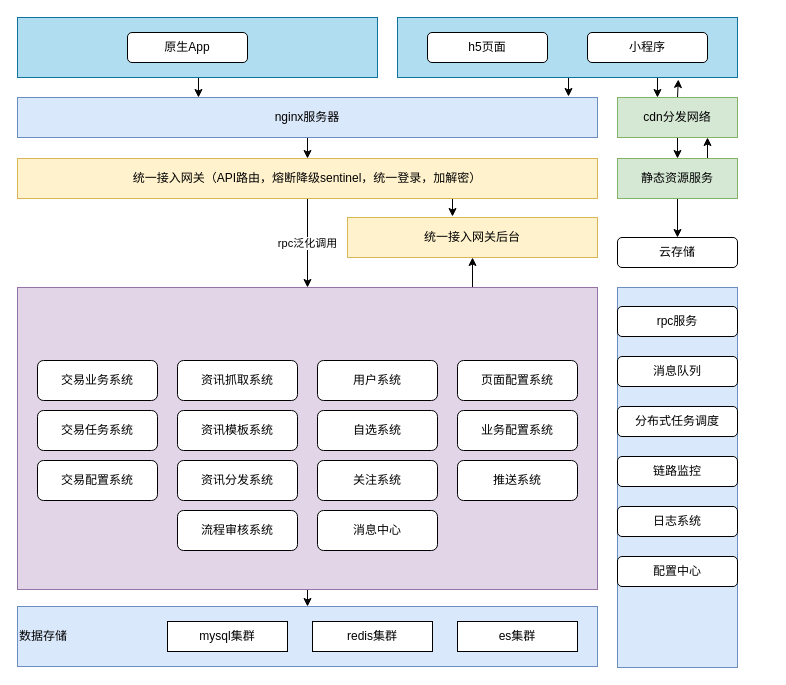
WindRain20140210/files-ArchitectureDiagram keeps this draw.io diagram as 证券系统整体架构图.drawio. Above is the earlier version. Source tidied: cells renumbered, new cells numbered last; positions are measured from the earlier drawing's top-left corner, leaving out a move shared by most shapes. Both pictures are drawn from the tidied source at 100%, with x=0, y=0 at pixel (17, 17).
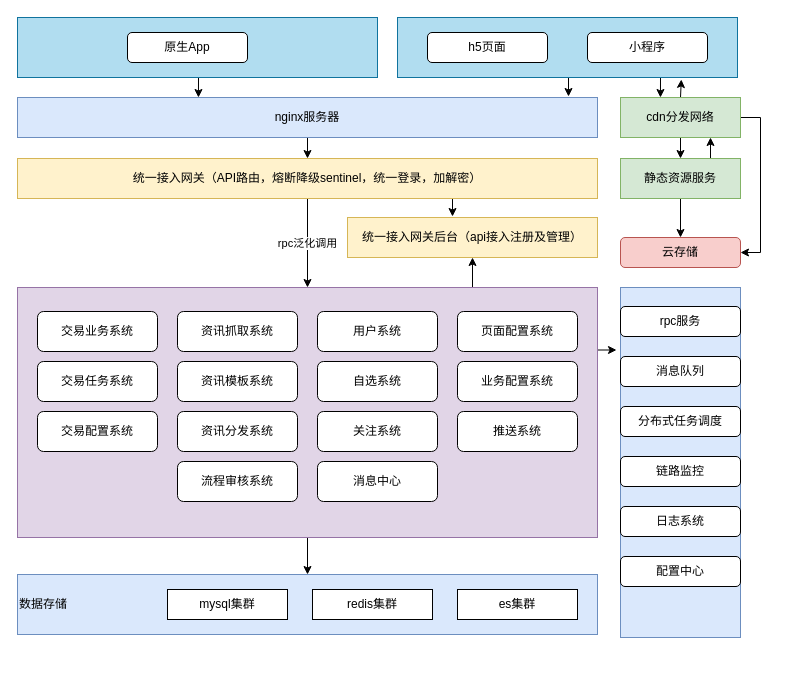
The same page after the edit.

Commit message (it also covers changes not shown here):
Update 证券系统整体架构图.drawio

The change refers to these unchanged cells:
```xml
<mxCell id="32" style="rounded=0;whiteSpace=wrap;html=1;fillColor=#b1ddf0;strokeColor=#10739e;" parent="1" vertex="1">
  <mxGeometry x="380" width="340" height="60" as="geometry" />
</mxCell>
```

Diff of the diagram source:
```diff
@@
+    <mxCell id="51" style="edgeStyle=orthogonalEdgeStyle;rounded=0;jettySize=auto;html=1;exitX=1;exitY=0.25;exitDx=0;exitDy=0;entryX=-0.033;entryY=0.18;entryDx=0;entryDy=0;entryPerimeter=0;" parent="1" edge="1" source="7" target="23">
+      <mxGeometry relative="1" as="geometry" />
+    </mxCell>
     <mxCell id="7" style="rounded=0;whiteSpace=wrap;html=1;fillColor=#e1d5e7;strokeColor=#9673a6;" parent="1" vertex="1">
-      <mxGeometry y="270" width="580" height="302" as="geometry" />
+      <mxGeometry y="270" width="580" height="250" as="geometry" />
     </mxCell>
     <mxCell id="8" value="数据存储" style="rounded=0;whiteSpace=wrap;html=1;align=left;fillColor=#dae8fc;strokeColor=#6c8ebf;" parent="1" vertex="1">
-      <mxGeometry y="589" width="580" height="60" as="geometry" />
+      <mxGeometry y="557" width="580" height="60" as="geometry" />
     </mxCell>
     <mxCell id="9" value="mysql集群" style="rounded=0;whiteSpace=wrap;html=1;" parent="1" vertex="1">
-      <mxGeometry x="150" y="604" width="120" height="30" as="geometry" />
+      <mxGeometry x="150" y="572" width="120" height="30" as="geometry" />
     </mxCell>
     <mxCell id="10" value="redis集群" style="rounded=0;whiteSpace=wrap;html=1;" parent="1" vertex="1">
-      <mxGeometry x="295" y="604" width="120" height="30" as="geometry" />
+      <mxGeometry x="295" y="572" width="120" height="30" as="geometry" />
     </mxCell>
     <mxCell id="11" value="es集群" style="rounded=0;whiteSpace=wrap;html=1;" parent="1" vertex="1">
-      <mxGeometry x="440" y="604" width="120" height="30" as="geometry" />
+      <mxGeometry x="440" y="572" width="120" height="30" as="geometry" />
     </mxCell>
@@
     <mxCell id="14" value="静态资源服务" style="rounded=0;whiteSpace=wrap;html=1;fillColor=#d5e8d4;strokeColor=#82b366;" parent="1" vertex="1">
-      <mxGeometry x="600" y="141" width="120" height="40" as="geometry" />
+      <mxGeometry x="603" y="141" width="120" height="40" as="geometry" />
     </mxCell>
@@
-    <mxCell id="16" style="edgeStyle=orthogonalEdgeStyle;rounded=0;jettySize=auto;html=1;exitX=0.5;exitY=0;exitDx=0;exitDy=0;entryX=0.826;entryY=1.033;entryDx=0;entryDy=0;entryPerimeter=0;" parent="1" edge="1" source="17" target="32">
-      <mxGeometry relative="1" as="geometry" />
+    <mxCell id="16" style="edgeStyle=orthogonalEdgeStyle;rounded=0;jettySize=auto;html=1;exitX=0.5;exitY=0;exitDx=0;exitDy=0;entryX=0.826;entryY=1.033;entryDx=0;entryDy=0;entryPerimeter=0;" parent="1" edge="1" source="17">
+      <mxGeometry relative="1" as="geometry">
+        <mxPoint x="663.8" y="62" as="targetPoint" />
+      </mxGeometry>
     </mxCell>
+    <mxCell id="52" style="edgeStyle=orthogonalEdgeStyle;rounded=0;jettySize=auto;html=1;exitX=1;exitY=0.5;exitDx=0;exitDy=0;entryX=1;entryY=0.5;entryDx=0;entryDy=0;" parent="1" edge="1" source="17" target="49">
+      <mxGeometry relative="1" as="geometry" />
+    </mxCell>
     <mxCell id="17" value="cdn分发网络" style="rounded=0;whiteSpace=wrap;html=1;fillColor=#d5e8d4;strokeColor=#82b366;" parent="1" vertex="1">
-      <mxGeometry x="600" y="80" width="120" height="40" as="geometry" />
+      <mxGeometry x="603" y="80" width="120" height="40" as="geometry" />
     </mxCell>
@@
     <mxCell id="23" style="rounded=0;whiteSpace=wrap;html=1;fillColor=#dae8fc;strokeColor=#6c8ebf;" parent="1" vertex="1">
-      <mxGeometry x="600" y="270" width="120" height="380" as="geometry" />
+      <mxGeometry x="603" y="270" width="120" height="350" as="geometry" />
     </mxCell>
     <mxCell id="24" value="rpc服务" style="rounded=1;whiteSpace=wrap;html=1;" parent="1" vertex="1">
-      <mxGeometry x="600" y="289" width="120" height="30" as="geometry" />
+      <mxGeometry x="603" y="289" width="120" height="30" as="geometry" />
     </mxCell>
     <mxCell id="25" value="消息队列" style="rounded=1;whiteSpace=wrap;html=1;" parent="1" vertex="1">
-      <mxGeometry x="600" y="339" width="120" height="30" as="geometry" />
+      <mxGeometry x="603" y="339" width="120" height="30" as="geometry" />
     </mxCell>
     <mxCell id="26" value="分布式任务调度" style="rounded=1;whiteSpace=wrap;html=1;" parent="1" vertex="1">
-      <mxGeometry x="600" y="389" width="120" height="30" as="geometry" />
+      <mxGeometry x="603" y="389" width="120" height="30" as="geometry" />
     </mxCell>
     <mxCell id="27" value="链路监控" style="rounded=1;whiteSpace=wrap;html=1;" parent="1" vertex="1">
-      <mxGeometry x="600" y="439" width="120" height="30" as="geometry" />
+      <mxGeometry x="603" y="439" width="120" height="30" as="geometry" />
     </mxCell>
     <mxCell id="28" value="日志系统" style="rounded=1;whiteSpace=wrap;html=1;" parent="1" vertex="1">
-      <mxGeometry x="600" y="489" width="120" height="30" as="geometry" />
+      <mxGeometry x="603" y="489" width="120" height="30" as="geometry" />
     </mxCell>
     <mxCell id="29" value="配置中心" style="rounded=1;whiteSpace=wrap;html=1;" parent="1" vertex="1">
-      <mxGeometry x="600" y="539" width="120" height="30" as="geometry" />
+      <mxGeometry x="603" y="539" width="120" height="30" as="geometry" />
     </mxCell>
@@
-    <mxCell id="31" style="edgeStyle=orthogonalEdgeStyle;rounded=0;jettySize=auto;html=1;exitX=0.75;exitY=1;exitDx=0;exitDy=0;entryX=0.333;entryY=0;entryDx=0;entryDy=0;entryPerimeter=0;" parent="1" edge="1" source="32" target="17">
-      <mxGeometry relative="1" as="geometry" />
+    <mxCell id="31" style="edgeStyle=orthogonalEdgeStyle;rounded=0;jettySize=auto;html=1;exitX=0.75;exitY=1;exitDx=0;exitDy=0;entryX=0.333;entryY=0;entryDx=0;entryDy=0;entryPerimeter=0;" parent="1" edge="1" target="17">
+      <mxGeometry relative="1" as="geometry">
+        <mxPoint x="638" y="60" as="sourcePoint" />
+      </mxGeometry>
     </mxCell>
@@
     <mxCell id="35" value="交易业务系统" style="rounded=1;whiteSpace=wrap;html=1;" parent="1" vertex="1">
-      <mxGeometry x="20" y="343" width="120" height="40" as="geometry" />
+      <mxGeometry x="20" y="294" width="120" height="40" as="geometry" />
     </mxCell>
     <mxCell id="36" value="交易任务系统" style="rounded=1;whiteSpace=wrap;html=1;" parent="1" vertex="1">
-      <mxGeometry x="20" y="393" width="120" height="40" as="geometry" />
+      <mxGeometry x="20" y="344" width="120" height="40" as="geometry" />
     </mxCell>
     <mxCell id="37" value="交易配置系统" style="rounded=1;whiteSpace=wrap;html=1;" parent="1" vertex="1">
-      <mxGeometry x="20" y="443" width="120" height="40" as="geometry" />
+      <mxGeometry x="20" y="394" width="120" height="40" as="geometry" />
     </mxCell>
     <mxCell id="38" value="资讯抓取系统" style="rounded=1;whiteSpace=wrap;html=1;" parent="1" vertex="1">
-      <mxGeometry x="160" y="343" width="120" height="40" as="geometry" />
+      <mxGeometry x="160" y="294" width="120" height="40" as="geometry" />
     </mxCell>
     <mxCell id="39" value="资讯模板系统" style="rounded=1;whiteSpace=wrap;html=1;" parent="1" vertex="1">
-      <mxGeometry x="160" y="393" width="120" height="40" as="geometry" />
+      <mxGeometry x="160" y="344" width="120" height="40" as="geometry" />
     </mxCell>
     <mxCell id="40" value="资讯分发系统" style="rounded=1;whiteSpace=wrap;html=1;" parent="1" vertex="1">
-      <mxGeometry x="160" y="443" width="120" height="40" as="geometry" />
+      <mxGeometry x="160" y="394" width="120" height="40" as="geometry" />
     </mxCell>
     <mxCell id="41" value="流程审核系统" style="rounded=1;whiteSpace=wrap;html=1;" parent="1" vertex="1">
-      <mxGeometry x="160" y="493" width="120" height="40" as="geometry" />
+      <mxGeometry x="160" y="444" width="120" height="40" as="geometry" />
     </mxCell>
     <mxCell id="42" value="用户系统" style="rounded=1;whiteSpace=wrap;html=1;" parent="1" vertex="1">
-      <mxGeometry x="300" y="343" width="120" height="40" as="geometry" />
+      <mxGeometry x="300" y="294" width="120" height="40" as="geometry" />
     </mxCell>
     <mxCell id="43" value="自选系统" style="rounded=1;whiteSpace=wrap;html=1;" parent="1" vertex="1">
-      <mxGeometry x="300" y="393" width="120" height="40" as="geometry" />
+      <mxGeometry x="300" y="344" width="120" height="40" as="geometry" />
     </mxCell>
     <mxCell id="44" value="关注系统" style="rounded=1;whiteSpace=wrap;html=1;" parent="1" vertex="1">
-      <mxGeometry x="300" y="443" width="120" height="40" as="geometry" />
+      <mxGeometry x="300" y="394" width="120" height="40" as="geometry" />
     </mxCell>
     <mxCell id="45" value="消息中心" style="rounded=1;whiteSpace=wrap;html=1;" parent="1" vertex="1">
-      <mxGeometry x="300" y="493" width="120" height="40" as="geometry" />
+      <mxGeometry x="300" y="444" width="120" height="40" as="geometry" />
     </mxCell>
     <mxCell id="46" value="页面配置系统" style="rounded=1;whiteSpace=wrap;html=1;" parent="1" vertex="1">
-      <mxGeometry x="440" y="343" width="120" height="40" as="geometry" />
+      <mxGeometry x="440" y="294" width="120" height="40" as="geometry" />
     </mxCell>
     <mxCell id="47" value="业务配置系统" style="rounded=1;whiteSpace=wrap;html=1;" parent="1" vertex="1">
-      <mxGeometry x="440" y="393" width="120" height="40" as="geometry" />
+      <mxGeometry x="440" y="344" width="120" height="40" as="geometry" />
     </mxCell>
     <mxCell id="48" value="推送系统" style="rounded=1;whiteSpace=wrap;html=1;" parent="1" vertex="1">
-      <mxGeometry x="440" y="443" width="120" height="40" as="geometry" />
+      <mxGeometry x="440" y="394" width="120" height="40" as="geometry" />
     </mxCell>
-    <mxCell id="49" value="云存储" style="rounded=1;whiteSpace=wrap;html=1;" parent="1" vertex="1">
-      <mxGeometry x="600" y="220" width="120" height="30" as="geometry" />
+    <mxCell id="49" value="云存储" style="rounded=1;whiteSpace=wrap;html=1;fillColor=#f8cecc;strokeColor=#b85450;" parent="1" vertex="1">
+      <mxGeometry x="603" y="220" width="120" height="30" as="geometry" />
     </mxCell>
-    <mxCell id="50" value="统一接入网关后台" style="rounded=0;whiteSpace=wrap;html=1;fillColor=#fff2cc;strokeColor=#d6b656;" parent="1" vertex="1">
+    <mxCell id="50" value="统一接入网关后台（api接入注册及管理）" style="rounded=0;whiteSpace=wrap;html=1;fillColor=#fff2cc;strokeColor=#d6b656;" parent="1" vertex="1">
       <mxGeometry x="330" y="200" width="250" height="40" as="geometry" />
     </mxCell>
```
